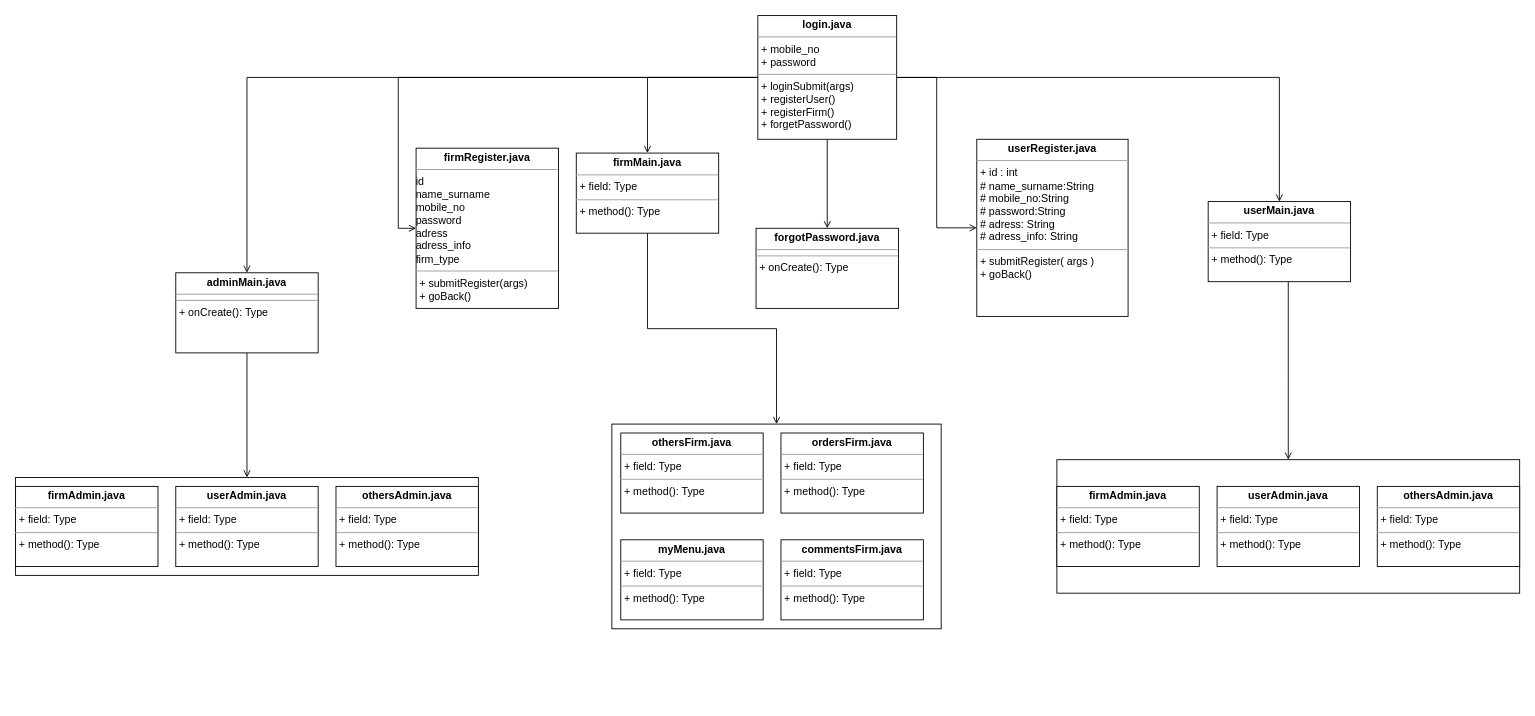
The draw.io diagram documentation/Untitled Diagram.drawio in fatihy101/yemek-siparis-app, before the edit. Source tidied: cells renumbered, new cells numbered last; positions are measured from the earlier drawing's top-left corner, leaving out a move shared by most shapes. Both pictures are drawn from the tidied source at 89%, with x=0, y=0 at pixel (15, 15).
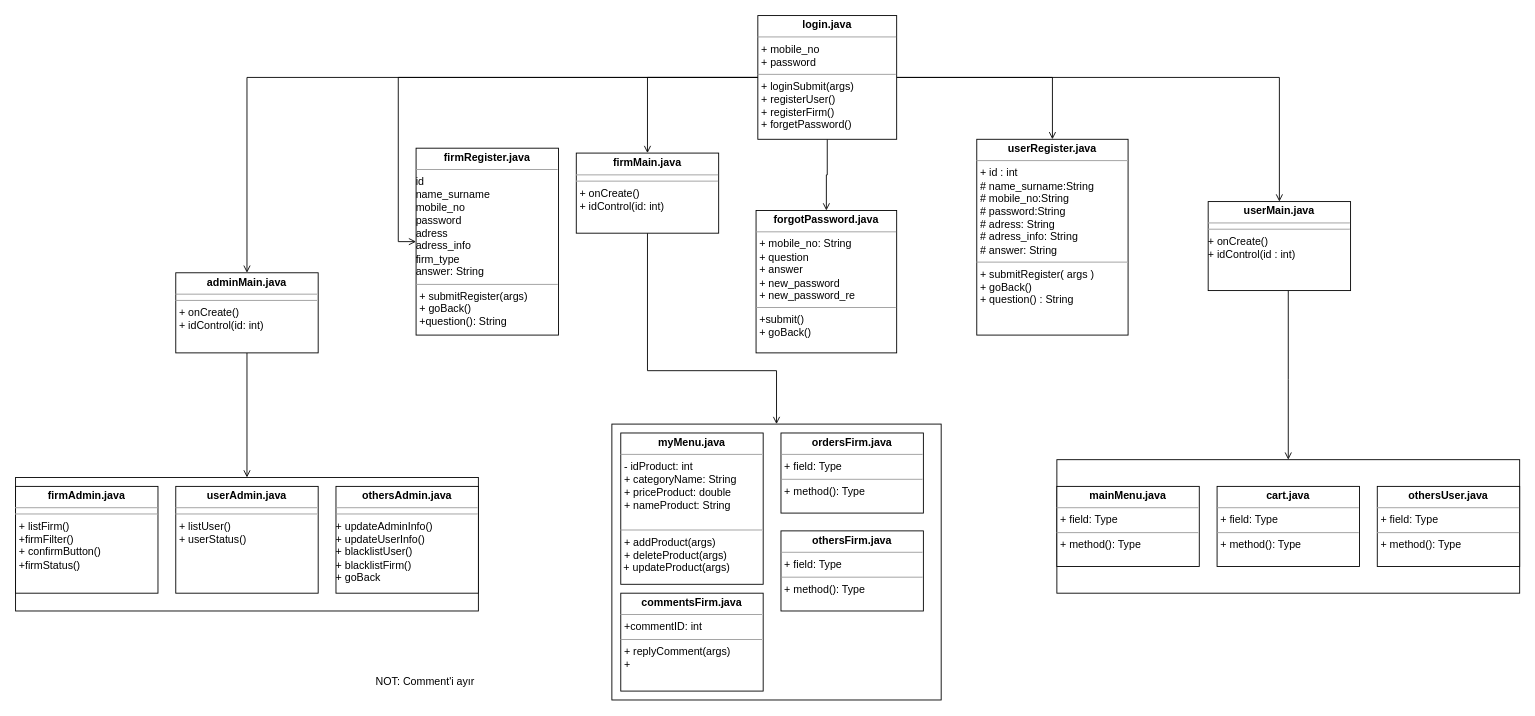
After the change.

Unchanged cells that the change refers to:
```xml
<mxCell id="8" value="&lt;p style=&quot;margin: 0px ; margin-top: 4px ; text-align: center&quot;&gt;&lt;b&gt;login.java&lt;/b&gt;&lt;/p&gt;&lt;hr size=&quot;1&quot;&gt;&lt;p style=&quot;margin: 0px ; margin-left: 4px&quot;&gt;+ mobile_no&lt;/p&gt;&lt;p style=&quot;margin: 0px ; margin-left: 4px&quot;&gt;+ password&lt;br&gt;&lt;/p&gt;&lt;hr size=&quot;1&quot;&gt;&lt;p style=&quot;margin: 0px ; margin-left: 4px&quot;&gt;+ loginSubmit(args)&lt;/p&gt;&lt;p style=&quot;margin: 0px ; margin-left: 4px&quot;&gt;+ registerUser()&lt;/p&gt;&lt;p style=&quot;margin: 0px ; margin-left: 4px&quot;&gt;+ registerFirm()&lt;/p&gt;&lt;p style=&quot;margin: 0px ; margin-left: 4px&quot;&gt;+ forgetPassword()&lt;br&gt;&lt;/p&gt;&lt;p style=&quot;margin: 0px ; margin-left: 4px&quot;&gt;&lt;br&gt;&lt;/p&gt;" style="verticalAlign=top;align=left;overflow=fill;fontSize=12;fontFamily=Helvetica;html=1;" parent="1" vertex="1">
  <mxGeometry x="834" width="156" height="139" as="geometry" />
</mxCell>
```

The edit, as a diff of the source:
```diff
@@
-    <mxCell id="3" style="edgeStyle=orthogonalEdgeStyle;rounded=0;jettySize=auto;html=1;endArrow=open;endFill=0;" parent="1" edge="1" source="8" target="14">
+    <mxCell id="3" style="edgeStyle=orthogonalEdgeStyle;rounded=0;jettySize=auto;html=1;endArrow=open;endFill=0;entryX=0.5;entryY=0;entryDx=0;entryDy=0;" parent="1" edge="1" source="8" target="14">
       <mxGeometry relative="1" as="geometry" />
     </mxCell>
@@
-    <mxCell id="7" style="edgeStyle=orthogonalEdgeStyle;rounded=0;jettySize=auto;html=1;entryX=0.5;entryY=0;entryDx=0;entryDy=0;endArrow=open;endFill=0;" parent="1" edge="1" source="8" target="29">
+    <mxCell id="7" style="edgeStyle=orthogonalEdgeStyle;rounded=0;jettySize=auto;html=1;entryX=0.5;entryY=0;entryDx=0;entryDy=0;endArrow=open;endFill=0;" parent="1" edge="1" source="8" target="31">
       <mxGeometry relative="1" as="geometry" />
     </mxCell>
@@
     <mxCell id="9" style="edgeStyle=orthogonalEdgeStyle;rounded=0;jettySize=auto;html=1;endArrow=open;endFill=0;" parent="1" edge="1" source="10" target="21">
-      <mxGeometry relative="1" as="geometry" />
+      <mxGeometry relative="1" as="geometry">
+        <Array as="points">
+          <mxPoint x="710" y="399" />
+          <mxPoint x="855" y="399" />
+        </Array>
+      </mxGeometry>
     </mxCell>
-    <mxCell id="10" value="&lt;p style=&quot;margin: 0px ; margin-top: 4px ; text-align: center&quot;&gt;&lt;b&gt;firmMain.java&lt;/b&gt;&lt;/p&gt;&lt;hr size=&quot;1&quot;&gt;&lt;p style=&quot;margin: 0px ; margin-left: 4px&quot;&gt;+ field: Type&lt;/p&gt;&lt;hr size=&quot;1&quot;&gt;&lt;p style=&quot;margin: 0px ; margin-left: 4px&quot;&gt;+ method(): Type&lt;/p&gt;" style="verticalAlign=top;align=left;overflow=fill;fontSize=12;fontFamily=Helvetica;html=1;" parent="1" vertex="1">
+    <mxCell id="10" value="&lt;p style=&quot;margin: 0px ; margin-top: 4px ; text-align: center&quot;&gt;&lt;b&gt;firmMain.java&lt;/b&gt;&lt;/p&gt;&lt;hr size=&quot;1&quot;&gt;&lt;hr size=&quot;1&quot;&gt;&lt;p style=&quot;margin: 0px ; margin-left: 4px&quot;&gt;+ onCreate()&lt;/p&gt;&lt;p style=&quot;margin: 0px ; margin-left: 4px&quot;&gt;+ idControl(id: int)&lt;br&gt;&lt;/p&gt;" style="verticalAlign=top;align=left;overflow=fill;fontSize=12;fontFamily=Helvetica;html=1;" parent="1" vertex="1">
       <mxGeometry x="630" y="154.5" width="160" height="90" as="geometry" />
     </mxCell>
-    <mxCell id="11" value="&lt;p style=&quot;margin: 0px ; margin-top: 4px ; text-align: center&quot;&gt;&lt;b&gt;firmRegister.java&lt;/b&gt;&lt;br&gt;&lt;/p&gt;&lt;hr size=&quot;1&quot;&gt;id&lt;br&gt;name_surname&lt;br&gt;mobile_no&lt;br&gt;password&lt;br&gt;adress&lt;br&gt;adress_info&lt;br&gt;firm_type&lt;hr size=&quot;1&quot;&gt;&lt;p style=&quot;margin: 0px ; margin-left: 4px&quot;&gt;+ submitRegister(args)&lt;/p&gt;&lt;p style=&quot;margin: 0px ; margin-left: 4px&quot;&gt;+ goBack()&lt;br&gt;&lt;/p&gt;" style="verticalAlign=top;align=left;overflow=fill;fontSize=12;fontFamily=Helvetica;html=1;" parent="1" vertex="1">
-      <mxGeometry x="450" y="149" width="160" height="180" as="geometry" />
+    <mxCell id="11" value="&lt;p style=&quot;margin: 0px ; margin-top: 4px ; text-align: center&quot;&gt;&lt;b&gt;firmRegister.java&lt;/b&gt;&lt;br&gt;&lt;/p&gt;&lt;hr size=&quot;1&quot;&gt;id&lt;br&gt;name_surname&lt;br&gt;mobile_no&lt;br&gt;password&lt;br&gt;adress&lt;br&gt;adress_info&lt;br&gt;&lt;div&gt;firm_type&lt;/div&gt;&lt;div&gt;answer: String&lt;br&gt;&lt;/div&gt;&lt;hr size=&quot;1&quot;&gt;&lt;p style=&quot;margin: 0px ; margin-left: 4px&quot;&gt;+ submitRegister(args)&lt;/p&gt;&lt;p style=&quot;margin: 0px ; margin-left: 4px&quot;&gt;+ goBack()&lt;/p&gt;&lt;p style=&quot;margin: 0px ; margin-left: 4px&quot;&gt;+question(): String&lt;br&gt;&lt;/p&gt;" style="verticalAlign=top;align=left;overflow=fill;fontSize=12;fontFamily=Helvetica;html=1;" parent="1" vertex="1">
+      <mxGeometry x="450" y="149" width="160" height="210" as="geometry" />
     </mxCell>
@@
-    <mxCell id="13" value="&lt;p style=&quot;margin: 0px ; margin-top: 4px ; text-align: center&quot;&gt;&lt;b&gt;userMain.java&lt;/b&gt;&lt;br&gt;&lt;/p&gt;&lt;hr size=&quot;1&quot;&gt;&lt;p style=&quot;margin: 0px ; margin-left: 4px&quot;&gt;+ field: Type&lt;/p&gt;&lt;hr size=&quot;1&quot;&gt;&lt;p style=&quot;margin: 0px ; margin-left: 4px&quot;&gt;+ method(): Type&lt;/p&gt;" style="verticalAlign=top;align=left;overflow=fill;fontSize=12;fontFamily=Helvetica;html=1;" parent="1" vertex="1">
-      <mxGeometry x="1340" y="209" width="160" height="90" as="geometry" />
+    <mxCell id="13" value="&lt;p style=&quot;margin: 0px ; margin-top: 4px ; text-align: center&quot;&gt;&lt;b&gt;userMain.java&lt;/b&gt;&lt;br&gt;&lt;/p&gt;&lt;hr size=&quot;1&quot;&gt;&lt;hr size=&quot;1&quot;&gt;&lt;div&gt;+ onCreate()&lt;br&gt;&lt;/div&gt;&lt;div&gt;+ idControl(id : int)&lt;br&gt;&lt;/div&gt;" style="verticalAlign=top;align=left;overflow=fill;fontSize=12;fontFamily=Helvetica;html=1;" parent="1" vertex="1">
+      <mxGeometry x="1340" y="209" width="160" height="100" as="geometry" />
     </mxCell>
-    <mxCell id="14" value="&lt;p style=&quot;margin: 0px ; margin-top: 4px ; text-align: center&quot;&gt;&lt;b&gt;userRegister.java&lt;/b&gt;&lt;br&gt;&lt;/p&gt;&lt;hr size=&quot;1&quot;&gt;&lt;p style=&quot;margin: 0px ; margin-left: 4px&quot;&gt;+ id : int&lt;br&gt;# name_surname:String&lt;br&gt;# mobile_no:String&lt;br&gt;# password:String &lt;br&gt;# adress: String&lt;br&gt;# adress_info: String&lt;br&gt;&lt;/p&gt;&lt;hr size=&quot;1&quot;&gt;&lt;p style=&quot;margin: 0px ; margin-left: 4px&quot;&gt;+ submitRegister( args )&lt;br&gt;+ goBack()&lt;/p&gt;" style="verticalAlign=top;align=left;overflow=fill;fontSize=12;fontFamily=Helvetica;html=1;" parent="1" vertex="1">
-      <mxGeometry x="1080" y="139" width="170" height="199" as="geometry" />
+    <mxCell id="14" value="&lt;p style=&quot;margin: 0px ; margin-top: 4px ; text-align: center&quot;&gt;&lt;b&gt;userRegister.java&lt;/b&gt;&lt;br&gt;&lt;/p&gt;&lt;hr size=&quot;1&quot;&gt;&lt;p style=&quot;margin: 0px ; margin-left: 4px&quot;&gt;+ id : int&lt;br&gt;# name_surname:String&lt;br&gt;# mobile_no:String&lt;br&gt;# password:String &lt;br&gt;# adress: String&lt;br&gt;# adress_info: String&lt;/p&gt;&lt;p style=&quot;margin: 0px ; margin-left: 4px&quot;&gt;# answer: String&lt;br&gt;&lt;/p&gt;&lt;hr size=&quot;1&quot;&gt;&lt;p style=&quot;margin: 0px ; margin-left: 4px&quot;&gt;+ submitRegister( args )&lt;br&gt;+ goBack()&lt;/p&gt;&lt;p style=&quot;margin: 0px ; margin-left: 4px&quot;&gt;+ question() : String&lt;br&gt;&lt;/p&gt;&lt;p style=&quot;margin: 0px ; margin-left: 4px&quot;&gt;&lt;br&gt;&lt;/p&gt;" style="verticalAlign=top;align=left;overflow=fill;fontSize=12;fontFamily=Helvetica;html=1;" parent="1" vertex="1">
+      <mxGeometry x="1080" y="139" width="170" height="220" as="geometry" />
     </mxCell>
@@
-    <mxCell id="16" value="&lt;p style=&quot;margin: 0px ; margin-top: 4px ; text-align: center&quot;&gt;&lt;b&gt;adminMain.java&lt;/b&gt;&lt;/p&gt;&lt;hr size=&quot;1&quot;&gt;&lt;hr size=&quot;1&quot;&gt;&lt;p style=&quot;margin: 0px ; margin-left: 4px&quot;&gt;+ onCreate(): Type&lt;/p&gt;" style="verticalAlign=top;align=left;overflow=fill;fontSize=12;fontFamily=Helvetica;html=1;" parent="1" vertex="1">
+    <mxCell id="16" value="&lt;p style=&quot;margin: 0px ; margin-top: 4px ; text-align: center&quot;&gt;&lt;b&gt;adminMain.java&lt;/b&gt;&lt;/p&gt;&lt;hr size=&quot;1&quot;&gt;&lt;hr size=&quot;1&quot;&gt;&lt;p style=&quot;margin: 0px ; margin-left: 4px&quot;&gt;+ onCreate()&lt;/p&gt;&lt;p style=&quot;margin: 0px ; margin-left: 4px&quot;&gt;+ idControl(id: int)&lt;br&gt;&lt;/p&gt;" style="verticalAlign=top;align=left;overflow=fill;fontSize=12;fontFamily=Helvetica;html=1;" parent="1" vertex="1">
       <mxGeometry x="180" y="289" width="160" height="90" as="geometry" />
     </mxCell>
-    <mxCell id="17" style="rounded=0;whiteSpace=wrap;html=1;" parent="1" vertex="1">
-      <mxGeometry y="519" width="520" height="110" as="geometry" />
+    <mxCell id="17" style="rounded=0;whiteSpace=wrap;html=1;fontStyle=4;" parent="1" vertex="1">
+      <mxGeometry y="519" width="520" height="150" as="geometry" />
     </mxCell>
-    <mxCell id="18" value="&lt;p style=&quot;margin: 0px ; margin-top: 4px ; text-align: center&quot;&gt;&lt;b&gt;firmAdmin.java&lt;/b&gt;&lt;/p&gt;&lt;hr size=&quot;1&quot;&gt;&lt;p style=&quot;margin: 0px ; margin-left: 4px&quot;&gt;+ field: Type&lt;/p&gt;&lt;hr size=&quot;1&quot;&gt;&lt;p style=&quot;margin: 0px ; margin-left: 4px&quot;&gt;+ method(): Type&lt;/p&gt;" style="verticalAlign=top;align=left;overflow=fill;fontSize=12;fontFamily=Helvetica;html=1;" parent="1" vertex="1">
-      <mxGeometry y="529" width="160" height="90" as="geometry" />
+    <mxCell id="18" value="&lt;p style=&quot;margin: 0px ; margin-top: 4px ; text-align: center&quot;&gt;&lt;b&gt;firmAdmin.java&lt;/b&gt;&lt;/p&gt;&lt;hr size=&quot;1&quot;&gt;&lt;hr size=&quot;1&quot;&gt;&lt;p style=&quot;margin: 0px ; margin-left: 4px&quot;&gt;+ listFirm()&lt;/p&gt;&lt;p style=&quot;margin: 0px ; margin-left: 4px&quot;&gt;+firmFilter()&lt;/p&gt;&lt;p style=&quot;margin: 0px ; margin-left: 4px&quot;&gt;+ confirmButton()&lt;/p&gt;&lt;p style=&quot;margin: 0px ; margin-left: 4px&quot;&gt;+firmStatus()&lt;br&gt;&lt;/p&gt;&lt;p style=&quot;margin: 0px ; margin-left: 4px&quot;&gt;&lt;br&gt;&lt;/p&gt;&lt;p style=&quot;margin: 0px ; margin-left: 4px&quot;&gt;&lt;br&gt;&lt;/p&gt;" style="verticalAlign=top;align=left;overflow=fill;fontSize=12;fontFamily=Helvetica;html=1;" parent="1" vertex="1">
+      <mxGeometry y="529" width="160" height="120" as="geometry" />
     </mxCell>
-    <mxCell id="19" value="&lt;p style=&quot;margin: 0px ; margin-top: 4px ; text-align: center&quot;&gt;&lt;b&gt;userAdmin.java&lt;/b&gt;&lt;/p&gt;&lt;hr size=&quot;1&quot;&gt;&lt;p style=&quot;margin: 0px ; margin-left: 4px&quot;&gt;+ field: Type&lt;/p&gt;&lt;hr size=&quot;1&quot;&gt;&lt;p style=&quot;margin: 0px ; margin-left: 4px&quot;&gt;+ method(): Type&lt;/p&gt;" style="verticalAlign=top;align=left;overflow=fill;fontSize=12;fontFamily=Helvetica;html=1;" parent="1" vertex="1">
-      <mxGeometry x="180" y="529" width="160" height="90" as="geometry" />
+    <mxCell id="19" value="&lt;p style=&quot;margin: 0px ; margin-top: 4px ; text-align: center&quot;&gt;&lt;b&gt;userAdmin.java&lt;/b&gt;&lt;/p&gt;&lt;hr size=&quot;1&quot;&gt;&lt;hr size=&quot;1&quot;&gt;&lt;p style=&quot;margin: 0px ; margin-left: 4px&quot;&gt;+ listUser()&lt;/p&gt;&lt;p style=&quot;margin: 0px ; margin-left: 4px&quot;&gt;+ userStatus()&lt;/p&gt;" style="verticalAlign=top;align=left;overflow=fill;fontSize=12;fontFamily=Helvetica;html=1;" parent="1" vertex="1">
+      <mxGeometry x="180" y="529" width="160" height="120" as="geometry" />
     </mxCell>
-    <mxCell id="20" value="&lt;p style=&quot;margin: 0px ; margin-top: 4px ; text-align: center&quot;&gt;&lt;b&gt;othersAdmin.java&lt;/b&gt;&lt;/p&gt;&lt;hr size=&quot;1&quot;&gt;&lt;p style=&quot;margin: 0px ; margin-left: 4px&quot;&gt;+ field: Type&lt;/p&gt;&lt;hr size=&quot;1&quot;&gt;&lt;p style=&quot;margin: 0px ; margin-left: 4px&quot;&gt;+ method(): Type&lt;/p&gt;" style="verticalAlign=top;align=left;overflow=fill;fontSize=12;fontFamily=Helvetica;html=1;" parent="1" vertex="1">
-      <mxGeometry x="360" y="529" width="160" height="90" as="geometry" />
+    <mxCell id="20" value="&lt;p style=&quot;margin: 0px ; margin-top: 4px ; text-align: center&quot;&gt;&lt;b&gt;othersAdmin.java&lt;/b&gt;&lt;/p&gt;&lt;hr size=&quot;1&quot;&gt;&lt;hr size=&quot;1&quot;&gt;&lt;div&gt;+ updateAdminInfo()&lt;/div&gt;&lt;div&gt;+ updateUserInfo()&lt;/div&gt;&lt;div&gt;+ blacklistUser()&lt;/div&gt;&lt;div&gt;+ blacklistFirm()&lt;/div&gt;&lt;div&gt;+ goBack&lt;br&gt;&lt;/div&gt;" style="verticalAlign=top;align=left;overflow=fill;fontSize=12;fontFamily=Helvetica;html=1;" parent="1" vertex="1">
+      <mxGeometry x="360" y="529" width="160" height="120" as="geometry" />
     </mxCell>
     <mxCell id="21" style="rounded=0;whiteSpace=wrap;html=1;" parent="1" vertex="1">
-      <mxGeometry x="670" y="459" width="370" height="230" as="geometry" />
+      <mxGeometry x="670" y="459" width="370" height="310" as="geometry" />
     </mxCell>
-    <mxCell id="22" value="&lt;p style=&quot;margin: 0px ; margin-top: 4px ; text-align: center&quot;&gt;&lt;b&gt;myMenu.java&lt;/b&gt;&lt;/p&gt;&lt;hr size=&quot;1&quot;&gt;&lt;p style=&quot;margin: 0px ; margin-left: 4px&quot;&gt;+ field: Type&lt;/p&gt;&lt;hr size=&quot;1&quot;&gt;&lt;p style=&quot;margin: 0px ; margin-left: 4px&quot;&gt;+ method(): Type&lt;/p&gt;" style="verticalAlign=top;align=left;overflow=fill;fontSize=12;fontFamily=Helvetica;html=1;" parent="1" vertex="1">
-      <mxGeometry x="680" y="589" width="160" height="90" as="geometry" />
+    <mxCell id="22" value="&lt;p style=&quot;margin: 0px ; margin-top: 4px ; text-align: center&quot;&gt;&lt;b&gt;myMenu.java&lt;/b&gt;&lt;/p&gt;&lt;hr size=&quot;1&quot;&gt;&lt;p style=&quot;margin: 0px ; margin-left: 4px&quot;&gt;- idProduct: int&lt;br&gt;&lt;/p&gt;&lt;p style=&quot;margin: 0px ; margin-left: 4px&quot;&gt;+ categoryName: String&lt;/p&gt;&lt;p style=&quot;margin: 0px ; margin-left: 4px&quot;&gt;+ priceProduct: double&lt;/p&gt;&lt;p style=&quot;margin: 0px ; margin-left: 4px&quot;&gt;+ nameProduct: String&lt;/p&gt;&lt;p style=&quot;margin: 0px ; margin-left: 4px&quot;&gt;&lt;br&gt;&lt;/p&gt;&lt;hr size=&quot;1&quot;&gt;&lt;p style=&quot;margin: 0px ; margin-left: 4px&quot;&gt;+ addProduct(args)&lt;/p&gt;&lt;p style=&quot;margin: 0px ; margin-left: 4px&quot;&gt;+ deleteProduct(args)&lt;br&gt;&lt;/p&gt;&amp;nbsp;+ updateProduct(args)" style="verticalAlign=top;align=left;overflow=fill;fontSize=12;fontFamily=Helvetica;html=1;" parent="1" vertex="1">
+      <mxGeometry x="680" y="469" width="160" height="170" as="geometry" />
     </mxCell>
     <mxCell id="23" value="&lt;p style=&quot;margin: 0px ; margin-top: 4px ; text-align: center&quot;&gt;&lt;b&gt;othersFirm.java&lt;/b&gt;&lt;/p&gt;&lt;hr size=&quot;1&quot;&gt;&lt;p style=&quot;margin: 0px ; margin-left: 4px&quot;&gt;+ field: Type&lt;/p&gt;&lt;hr size=&quot;1&quot;&gt;&lt;p style=&quot;margin: 0px ; margin-left: 4px&quot;&gt;+ method(): Type&lt;/p&gt;" style="verticalAlign=top;align=left;overflow=fill;fontSize=12;fontFamily=Helvetica;html=1;" parent="1" vertex="1">
-      <mxGeometry x="680" y="469" width="160" height="90" as="geometry" />
+      <mxGeometry x="860" y="579" width="160" height="90" as="geometry" />
     </mxCell>
@@
-    <mxCell id="26" value="&lt;p style=&quot;margin: 0px ; margin-top: 4px ; text-align: center&quot;&gt;&lt;b&gt;firmAdmin.java&lt;/b&gt;&lt;/p&gt;&lt;hr size=&quot;1&quot;&gt;&lt;p style=&quot;margin: 0px ; margin-left: 4px&quot;&gt;+ field: Type&lt;/p&gt;&lt;hr size=&quot;1&quot;&gt;&lt;p style=&quot;margin: 0px ; margin-left: 4px&quot;&gt;+ method(): Type&lt;/p&gt;" style="verticalAlign=top;align=left;overflow=fill;fontSize=12;fontFamily=Helvetica;html=1;" parent="1" vertex="1">
+    <mxCell id="26" value="&lt;p style=&quot;margin: 0px ; margin-top: 4px ; text-align: center&quot;&gt;&lt;b&gt;mainMenu.java&lt;/b&gt;&lt;/p&gt;&lt;hr size=&quot;1&quot;&gt;&lt;p style=&quot;margin: 0px ; margin-left: 4px&quot;&gt;+ field: Type&lt;/p&gt;&lt;hr size=&quot;1&quot;&gt;&lt;p style=&quot;margin: 0px ; margin-left: 4px&quot;&gt;+ method(): Type&lt;/p&gt;" style="verticalAlign=top;align=left;overflow=fill;fontSize=12;fontFamily=Helvetica;html=1;" parent="1" vertex="1">
       <mxGeometry x="1170" y="529" width="160" height="90" as="geometry" />
     </mxCell>
-    <mxCell id="27" value="&lt;p style=&quot;margin: 0px ; margin-top: 4px ; text-align: center&quot;&gt;&lt;b&gt;userAdmin.java&lt;/b&gt;&lt;/p&gt;&lt;hr size=&quot;1&quot;&gt;&lt;p style=&quot;margin: 0px ; margin-left: 4px&quot;&gt;+ field: Type&lt;/p&gt;&lt;hr size=&quot;1&quot;&gt;&lt;p style=&quot;margin: 0px ; margin-left: 4px&quot;&gt;+ method(): Type&lt;/p&gt;" style="verticalAlign=top;align=left;overflow=fill;fontSize=12;fontFamily=Helvetica;html=1;" parent="1" vertex="1">
+    <mxCell id="27" value="&lt;p style=&quot;margin: 0px ; margin-top: 4px ; text-align: center&quot;&gt;&lt;b&gt;cart.java&lt;/b&gt;&lt;/p&gt;&lt;hr size=&quot;1&quot;&gt;&lt;p style=&quot;margin: 0px ; margin-left: 4px&quot;&gt;+ field: Type&lt;/p&gt;&lt;hr size=&quot;1&quot;&gt;&lt;p style=&quot;margin: 0px ; margin-left: 4px&quot;&gt;+ method(): Type&lt;/p&gt;" style="verticalAlign=top;align=left;overflow=fill;fontSize=12;fontFamily=Helvetica;html=1;" parent="1" vertex="1">
       <mxGeometry x="1350" y="529" width="160" height="90" as="geometry" />
     </mxCell>
-    <mxCell id="28" value="&lt;p style=&quot;margin: 0px ; margin-top: 4px ; text-align: center&quot;&gt;&lt;b&gt;othersAdmin.java&lt;/b&gt;&lt;/p&gt;&lt;hr size=&quot;1&quot;&gt;&lt;p style=&quot;margin: 0px ; margin-left: 4px&quot;&gt;+ field: Type&lt;/p&gt;&lt;hr size=&quot;1&quot;&gt;&lt;p style=&quot;margin: 0px ; margin-left: 4px&quot;&gt;+ method(): Type&lt;/p&gt;" style="verticalAlign=top;align=left;overflow=fill;fontSize=12;fontFamily=Helvetica;html=1;" parent="1" vertex="1">
+    <mxCell id="28" value="&lt;p style=&quot;margin: 0px ; margin-top: 4px ; text-align: center&quot;&gt;&lt;b&gt;othersUser.java&lt;/b&gt;&lt;/p&gt;&lt;hr size=&quot;1&quot;&gt;&lt;p style=&quot;margin: 0px ; margin-left: 4px&quot;&gt;+ field: Type&lt;/p&gt;&lt;hr size=&quot;1&quot;&gt;&lt;p style=&quot;margin: 0px ; margin-left: 4px&quot;&gt;+ method(): Type&lt;/p&gt;" style="verticalAlign=top;align=left;overflow=fill;fontSize=12;fontFamily=Helvetica;html=1;" parent="1" vertex="1">
       <mxGeometry x="1530" y="529" width="160" height="90" as="geometry" />
     </mxCell>
-    <mxCell id="29" value="&lt;p style=&quot;margin: 0px ; margin-top: 4px ; text-align: center&quot;&gt;&lt;b&gt;forgotPassword.java&lt;/b&gt;&lt;/p&gt;&lt;hr size=&quot;1&quot;&gt;&lt;hr size=&quot;1&quot;&gt;&lt;p style=&quot;margin: 0px ; margin-left: 4px&quot;&gt;+ onCreate(): Type&lt;/p&gt;" style="verticalAlign=top;align=left;overflow=fill;fontSize=12;fontFamily=Helvetica;html=1;" parent="1" vertex="1">
-      <mxGeometry x="832" y="239" width="160" height="90" as="geometry" />
-    </mxCell>
-    <mxCell id="30" value="&lt;p style=&quot;margin: 0px ; margin-top: 4px ; text-align: center&quot;&gt;&lt;b&gt;commentsFirm.java&lt;/b&gt;&lt;/p&gt;&lt;hr size=&quot;1&quot;&gt;&lt;p style=&quot;margin: 0px ; margin-left: 4px&quot;&gt;+ field: Type&lt;/p&gt;&lt;hr size=&quot;1&quot;&gt;&lt;p style=&quot;margin: 0px ; margin-left: 4px&quot;&gt;+ method(): Type&lt;/p&gt;" style="verticalAlign=top;align=left;overflow=fill;fontSize=12;fontFamily=Helvetica;html=1;" parent="1" vertex="1">
-      <mxGeometry x="860" y="589" width="160" height="90" as="geometry" />
+    <mxCell id="30" value="&lt;p style=&quot;margin: 0px ; margin-top: 4px ; text-align: center&quot;&gt;&lt;b&gt;commentsFirm.java&lt;/b&gt;&lt;/p&gt;&lt;hr size=&quot;1&quot;&gt;&lt;p style=&quot;margin: 0px ; margin-left: 4px&quot;&gt;+commentID: int&lt;br&gt;&lt;/p&gt;&lt;hr size=&quot;1&quot;&gt;&lt;p style=&quot;margin: 0px ; margin-left: 4px&quot;&gt;+ replyComment(args)&lt;/p&gt;&lt;p style=&quot;margin: 0px ; margin-left: 4px&quot;&gt;+&lt;br&gt;&lt;/p&gt;&lt;p style=&quot;margin: 0px ; margin-left: 4px&quot;&gt;&lt;br&gt;&lt;/p&gt;" style="verticalAlign=top;align=left;overflow=fill;fontSize=12;fontFamily=Helvetica;html=1;" parent="1" vertex="1">
+      <mxGeometry x="680" y="649" width="160" height="110" as="geometry" />
     </mxCell>
+    <mxCell id="31" value="&lt;p style=&quot;margin: 0px ; margin-top: 4px ; text-align: center&quot;&gt;&lt;b&gt;forgotPassword.java&lt;/b&gt;&lt;/p&gt;&lt;hr size=&quot;1&quot;&gt;&lt;p style=&quot;margin: 0px ; margin-left: 4px&quot;&gt;+ mobile_no: String&lt;/p&gt;&lt;p style=&quot;margin: 0px ; margin-left: 4px&quot;&gt;+ question&lt;/p&gt;&lt;p style=&quot;margin: 0px ; margin-left: 4px&quot;&gt;+ answer&lt;/p&gt;&lt;p style=&quot;margin: 0px ; margin-left: 4px&quot;&gt;+ new_password&lt;/p&gt;&lt;p style=&quot;margin: 0px ; margin-left: 4px&quot;&gt;+ new_password_re&lt;br&gt;&lt;/p&gt;&lt;hr size=&quot;1&quot;&gt;&lt;p style=&quot;margin: 0px ; margin-left: 4px&quot;&gt;+submit()&lt;/p&gt;&lt;p style=&quot;margin: 0px ; margin-left: 4px&quot;&gt;+ goBack()&lt;br&gt;&lt;/p&gt;&lt;p style=&quot;margin: 0px ; margin-left: 4px&quot;&gt;&lt;br&gt;&lt;/p&gt;" style="verticalAlign=top;align=left;overflow=fill;fontSize=12;fontFamily=Helvetica;html=1;" parent="1" vertex="1">
+      <mxGeometry x="832" y="219" width="158" height="160" as="geometry" />
+    </mxCell>
+    <mxCell id="32" value="NOT: Comment'i ayır " style="text;html=1;align=center;verticalAlign=middle;" parent="1" vertex="1">
+      <mxGeometry x="400" y="739" width="120" height="20" as="geometry" />
+    </mxCell>
```
